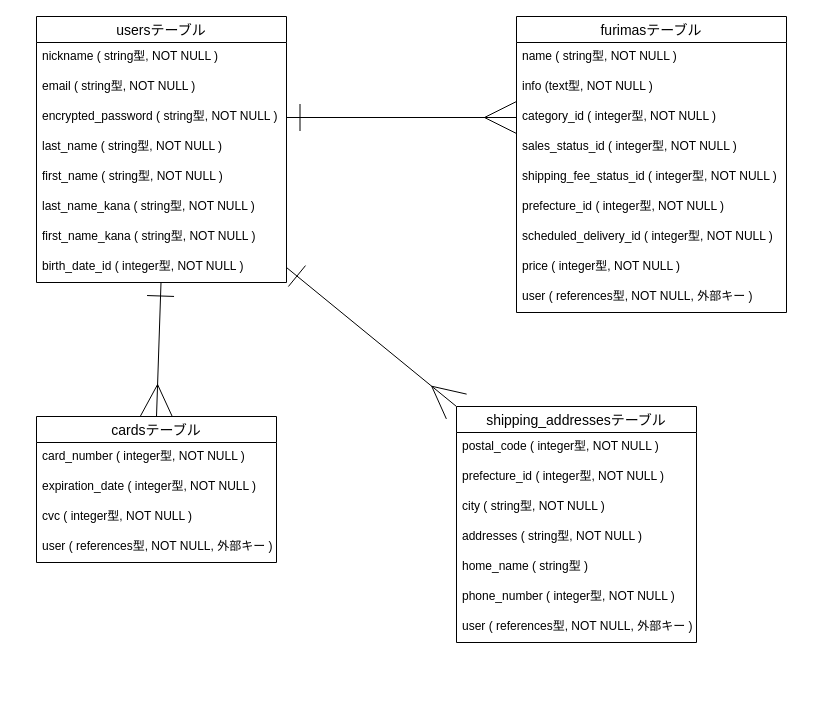
iba369963/furima-40003 keeps this draw.io diagram as furima.dio. Above is the earlier version. Source tidied: cells renumbered, new cells numbered last; positions are measured from the earlier drawing's top-left corner, leaving out a move shared by most shapes. Both pictures are drawn from the tidied source at 100%, with x=0, y=0 at pixel (36, 16).
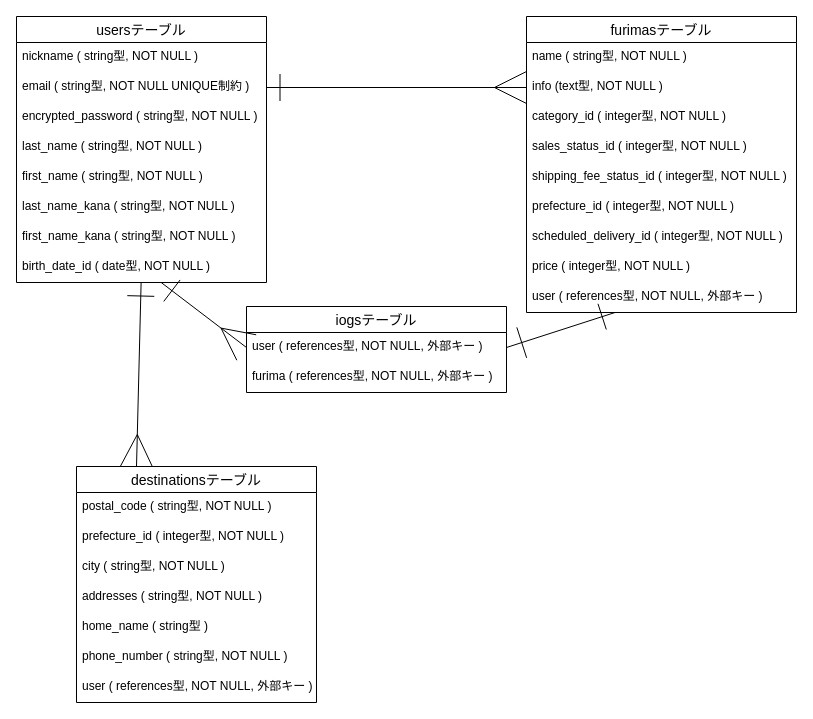
After the change.

Commit message (it also covers changes not shown here):
データベース設計３

The change refers to these unchanged cells:
```xml
<mxCell id="13" value="info (text型, NOT NULL )" style="text;strokeColor=none;fillColor=none;spacingLeft=4;spacingRight=4;overflow=hidden;points=[[0,0.5],[1,0.5]];portConstraint=eastwest;fontSize=12;" parent="11" vertex="1">
  <mxGeometry y="56" width="270" height="30" as="geometry" />
</mxCell>
<mxCell id="14" value="category_id ( integer型, NOT NULL )" style="text;strokeColor=none;fillColor=none;spacingLeft=4;spacingRight=4;overflow=hidden;points=[[0,0.5],[1,0.5]];portConstraint=eastwest;fontSize=12;" parent="11" vertex="1">
  <mxGeometry y="86" width="270" height="30" as="geometry" />
</mxCell>
<mxCell id="20" value="user ( references型, NOT NULL, 外部キー )" style="text;strokeColor=none;fillColor=none;spacingLeft=4;spacingRight=4;overflow=hidden;points=[[0,0.5],[1,0.5]];portConstraint=eastwest;fontSize=12;" parent="11" vertex="1">
  <mxGeometry y="266" width="270" height="30" as="geometry" />
</mxCell>
```

The edit, as a diff of the source:
```diff
@@
     <mxCell id="2" value="usersテーブル" style="swimlane;fontStyle=0;horizontal=1;startSize=26;align=center;fontSize=14;" parent="1" vertex="1">
-      <mxGeometry width="250" height="266" as="geometry" />
+      <mxGeometry x="-20" width="250" height="266" as="geometry" />
     </mxCell>
@@
-    <mxCell id="4" value="email ( string型, NOT NULL )" style="text;strokeColor=none;fillColor=none;spacingLeft=4;spacingRight=4;overflow=hidden;points=[[0,0.5],[1,0.5]];portConstraint=eastwest;fontSize=12;" parent="2" vertex="1">
+    <mxCell id="4" value="email ( string型, NOT NULL UNIQUE制約 )" style="text;strokeColor=none;fillColor=none;spacingLeft=4;spacingRight=4;overflow=hidden;points=[[0,0.5],[1,0.5]];portConstraint=eastwest;fontSize=12;" parent="2" vertex="1">
       <mxGeometry y="56" width="250" height="30" as="geometry" />
     </mxCell>
@@
-    <mxCell id="10" value="birth_date_id ( integer型, NOT NULL )" style="text;strokeColor=none;fillColor=none;spacingLeft=4;spacingRight=4;overflow=hidden;points=[[0,0.5],[1,0.5]];portConstraint=eastwest;fontSize=12;" parent="2" vertex="1">
+    <mxCell id="10" value="birth_date_id ( date型, NOT NULL )" style="text;strokeColor=none;fillColor=none;spacingLeft=4;spacingRight=4;overflow=hidden;points=[[0,0.5],[1,0.5]];portConstraint=eastwest;fontSize=12;" parent="2" vertex="1">
       <mxGeometry y="236" width="250" height="30" as="geometry" />
     </mxCell>
     <mxCell id="11" value="furimasテーブル" style="swimlane;fontStyle=0;horizontal=1;startSize=26;align=center;fontSize=14;" parent="1" vertex="1">
-      <mxGeometry x="480" width="270" height="296" as="geometry" />
+      <mxGeometry x="490" width="270" height="296" as="geometry" />
     </mxCell>
@@
-    <mxCell id="21" style="edgeStyle=none;jumpSize=6;html=1;exitX=0.5;exitY=0;exitDx=0;exitDy=0;startArrow=ERmany;startFill=0;endArrow=ERone;endFill=0;startSize=30;endSize=25;" parent="1" edge="1" source="22" target="10">
-      <mxGeometry relative="1" as="geometry" />
-    </mxCell>
-    <mxCell id="22" value="cardsテーブル" style="swimlane;fontStyle=0;horizontal=1;startSize=26;align=center;fontSize=14;" parent="1" vertex="1">
-      <mxGeometry y="400" width="240" height="146" as="geometry" />
+    <mxCell id="22" value="iogsテーブル" style="swimlane;fontStyle=0;horizontal=1;startSize=26;align=center;fontSize=14;" parent="1" vertex="1">
+      <mxGeometry x="210" y="290" width="260" height="86" as="geometry" />
     </mxCell>
-    <mxCell id="23" value="card_number ( integer型, NOT NULL )" style="text;strokeColor=none;fillColor=none;spacingLeft=4;spacingRight=4;overflow=hidden;fontSize=12;" parent="22" vertex="1">
-      <mxGeometry y="26" width="240" height="30" as="geometry" />
-    </mxCell>
-    <mxCell id="24" value="expiration_date ( integer型, NOT NULL )" style="text;strokeColor=none;fillColor=none;spacingLeft=4;spacingRight=4;overflow=hidden;fontSize=12;" parent="22" vertex="1">
-      <mxGeometry y="56" width="240" height="30" as="geometry" />
-    </mxCell>
-    <mxCell id="25" value="cvc ( integer型, NOT NULL )" style="text;strokeColor=none;fillColor=none;spacingLeft=4;spacingRight=4;overflow=hidden;fontSize=12;" parent="22" vertex="1">
-      <mxGeometry y="86" width="240" height="30" as="geometry" />
-    </mxCell>
     <mxCell id="26" value="user ( references型, NOT NULL, 外部キー )" style="text;strokeColor=none;fillColor=none;spacingLeft=4;spacingRight=4;overflow=hidden;points=[[0,0.5],[1,0.5]];portConstraint=eastwest;fontSize=12;" parent="22" vertex="1">
-      <mxGeometry y="116" width="240" height="30" as="geometry" />
+      <mxGeometry y="26" width="260" height="30" as="geometry" />
     </mxCell>
+    <mxCell id="37" value="furima ( references型, NOT NULL, 外部キー )" style="text;strokeColor=none;fillColor=none;spacingLeft=4;spacingRight=4;overflow=hidden;fontSize=12;" parent="22" vertex="1">
+      <mxGeometry y="56" width="260" height="30" as="geometry" />
+    </mxCell>
-    <mxCell id="27" style="edgeStyle=none;jumpSize=6;html=1;exitX=0;exitY=0;exitDx=0;exitDy=0;entryX=1;entryY=0.5;entryDx=0;entryDy=0;startArrow=ERmany;startFill=0;endArrow=ERone;endFill=0;startSize=30;endSize=25;" parent="1" edge="1" source="28" target="10">
+    <mxCell id="27" style="edgeStyle=none;html=1;exitX=0.25;exitY=0;exitDx=0;exitDy=0;startArrow=ERmany;startFill=0;endArrow=ERone;endFill=0;startSize=30;endSize=25;" parent="1" edge="1" source="28" target="10">
       <mxGeometry relative="1" as="geometry" />
     </mxCell>
-    <mxCell id="28" value="shipping_addressesテーブル" style="swimlane;fontStyle=0;horizontal=1;startSize=26;align=center;fontSize=14;" parent="1" vertex="1">
-      <mxGeometry x="420" y="390" width="240" height="236" as="geometry" />
+    <mxCell id="28" value="destinationsテーブル" style="swimlane;fontStyle=0;horizontal=1;startSize=26;align=center;fontSize=14;" parent="1" vertex="1">
+      <mxGeometry x="40" y="450" width="240" height="236" as="geometry" />
     </mxCell>
-    <mxCell id="29" value="postal_code ( integer型, NOT NULL )" style="text;strokeColor=none;fillColor=none;spacingLeft=4;spacingRight=4;overflow=hidden;fontSize=12;" parent="28" vertex="1">
+    <mxCell id="29" value="postal_code ( string型, NOT NULL )" style="text;strokeColor=none;fillColor=none;spacingLeft=4;spacingRight=4;overflow=hidden;fontSize=12;" parent="28" vertex="1">
       <mxGeometry y="26" width="240" height="30" as="geometry" />
     </mxCell>
@@
-    <mxCell id="34" value="phone_number ( integer型, NOT NULL )" style="text;strokeColor=none;fillColor=none;spacingLeft=4;spacingRight=4;overflow=hidden;fontSize=12;" parent="28" vertex="1">
+    <mxCell id="34" value="phone_number ( string型, NOT NULL )" style="text;strokeColor=none;fillColor=none;spacingLeft=4;spacingRight=4;overflow=hidden;fontSize=12;" parent="28" vertex="1">
       <mxGeometry y="176" width="240" height="30" as="geometry" />
     </mxCell>
@@
-    <mxCell id="36" style="edgeStyle=none;jumpSize=6;html=1;exitX=0;exitY=0.5;exitDx=0;exitDy=0;entryX=1;entryY=0.5;entryDx=0;entryDy=0;startArrow=ERmany;startFill=0;endArrow=ERone;endFill=0;startSize=30;endSize=25;" parent="1" edge="1" source="14">
-      <mxGeometry relative="1" as="geometry">
-        <mxPoint x="250" y="101" as="targetPoint" />
-      </mxGeometry>
-    </mxCell>
+    <mxCell id="38" style="edgeStyle=none;html=1;exitX=0;exitY=0.5;exitDx=0;exitDy=0;endArrow=ERone;endFill=0;endSize=25;startArrow=ERmany;startFill=0;startSize=30;" parent="1" edge="1" source="13" target="4">
+      <mxGeometry relative="1" as="geometry" />
+    </mxCell>
+    <mxCell id="39" style="edgeStyle=none;html=1;exitX=0;exitY=0.5;exitDx=0;exitDy=0;startArrow=ERmany;startFill=0;endArrow=ERone;endFill=0;startSize=30;endSize=25;" parent="1" edge="1" source="26" target="10">
+      <mxGeometry relative="1" as="geometry" />
+    </mxCell>
+    <mxCell id="40" style="edgeStyle=none;html=1;exitX=1;exitY=0.5;exitDx=0;exitDy=0;startArrow=ERone;startFill=0;endArrow=ERone;endFill=0;startSize=30;endSize=25;" parent="1" edge="1" source="26" target="20">
+      <mxGeometry relative="1" as="geometry" />
+    </mxCell>
```
